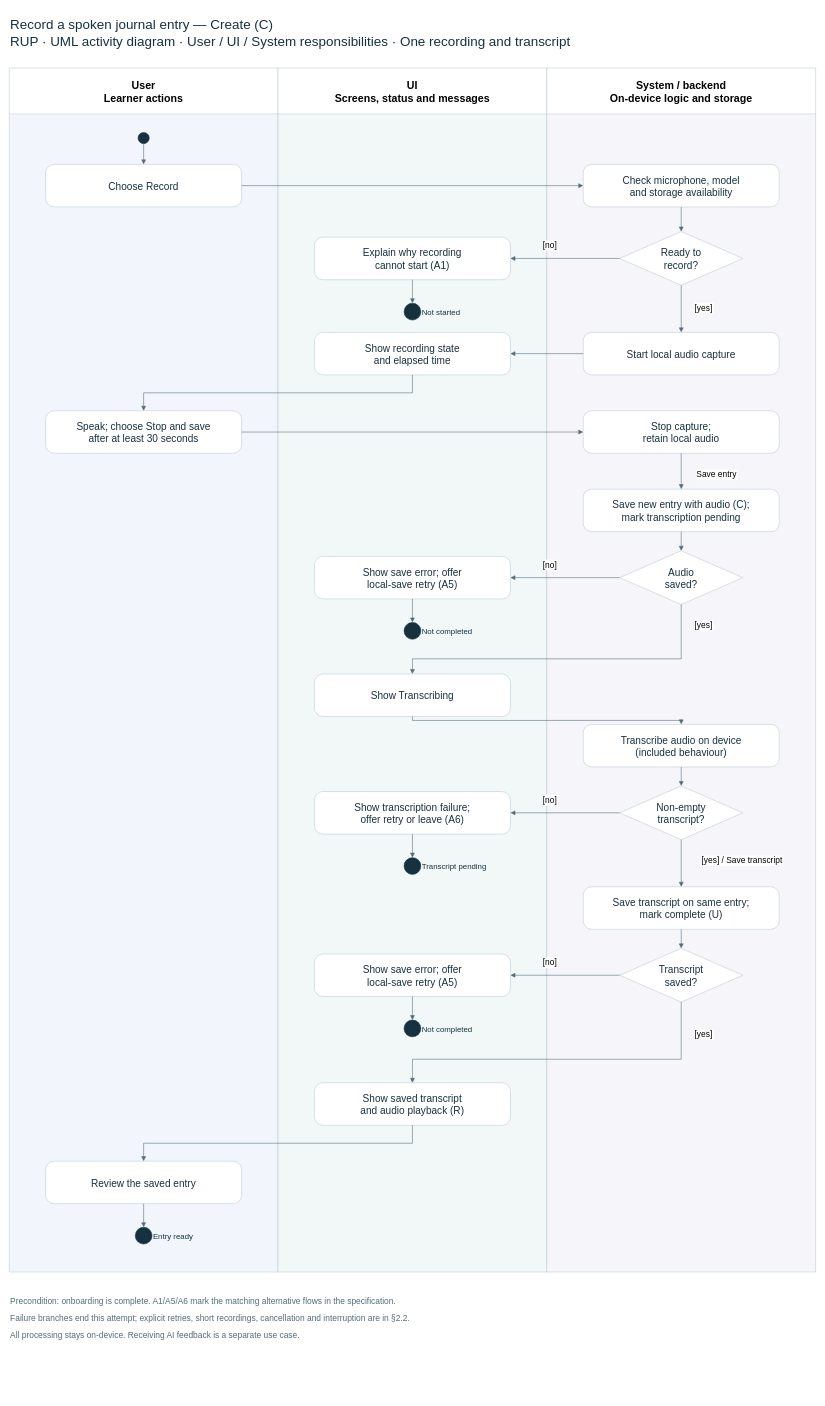
Before: page "UC-J01 activity" (2 of 3) of docs/UCs/assets/Talk2Me_Activity_Diagrams.drawio in hwnest25/talk2me, a draw.io diagram. Source tidied: cells renumbered, new cells numbered last; positions are measured from the earlier drawing's top-left corner, leaving out a move shared by most shapes. Both pictures are drawn from the tidied source at 56%, with x=0, y=0 at pixel (9, 9).
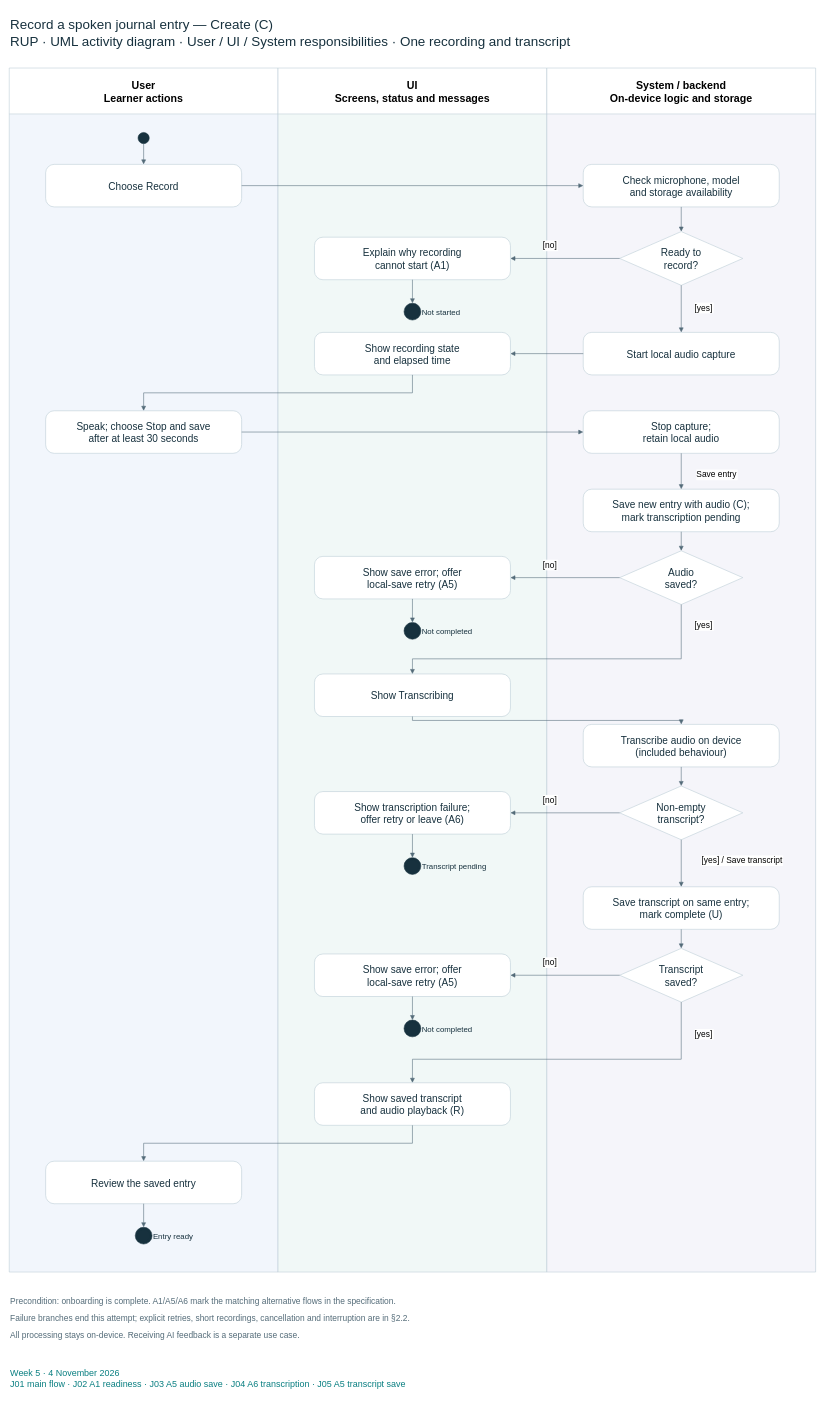
The same diagram, later.

What changed in the source:
```diff
@@
+    <mxCell id="60" value="Week 5 · 4 November 2026&#10;J01 main flow · J02 A1 readiness · J03 A5 audio save · J04 A6 transcription · J05 A5 transcript save" style="text;html=0;align=left;verticalAlign=middle;fontSize=16;fontColor=#087E80;" parent="1" vertex="1">
+      <mxGeometry y="2412" width="1440" height="65" as="geometry" />
+    </mxCell>
```
